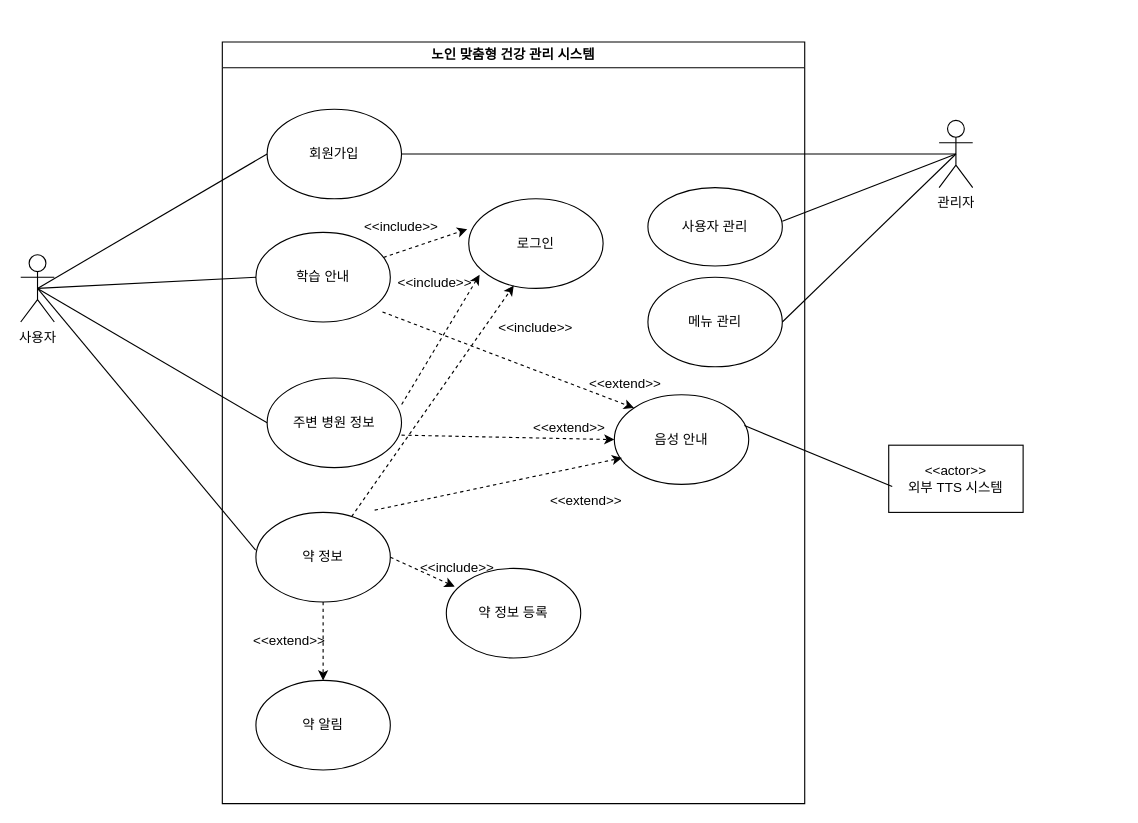
Above: Untitled Diagram.drawio in wnthsk/sejujun (draw.io), before the change. Source tidied: cells renumbered, new cells numbered last; positions are measured from the earlier drawing's top-left corner, leaving out a move shared by most shapes. Both pictures are drawn from the tidied source at 112%, with x=0, y=0 at pixel (20, 41).
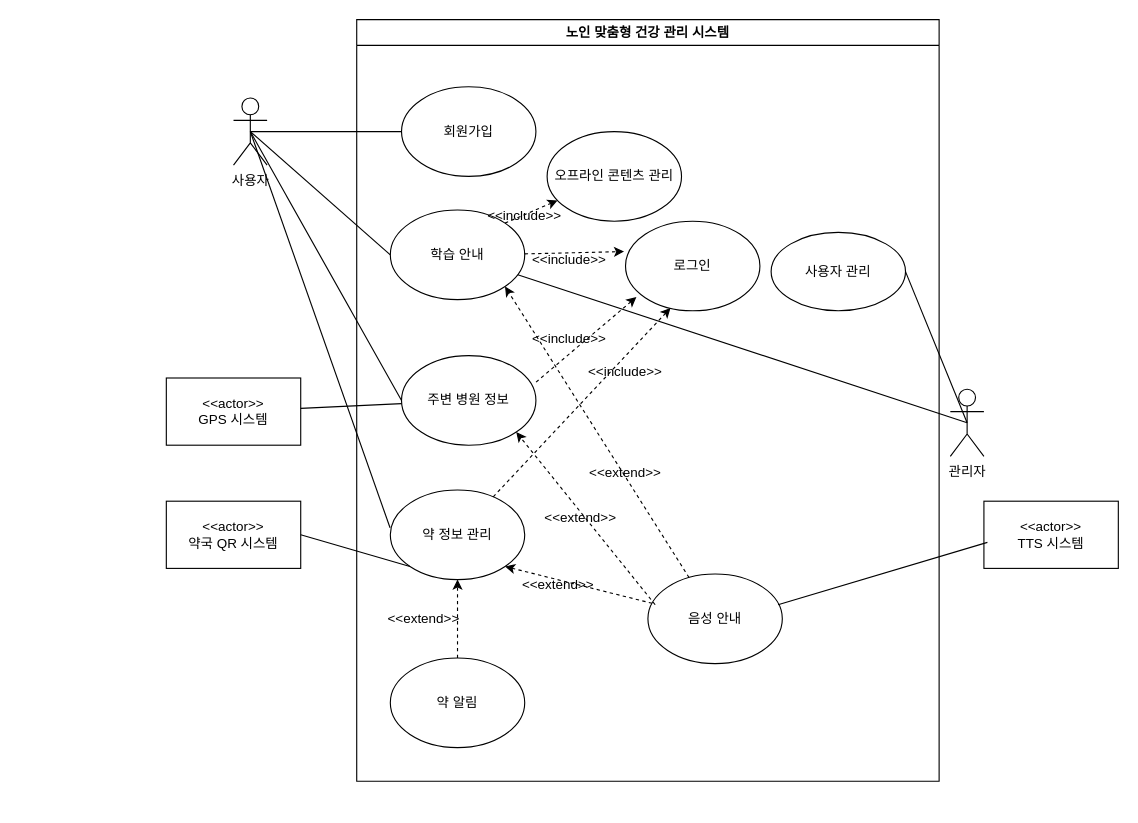
Above is the later version.

Unchanged cells that the change refers to:
```xml
<mxCell id="3" value="회원가입" style="ellipse;whiteSpace=wrap;html=1;" parent="2" vertex="1">
  <mxGeometry x="40" y="60" width="120" height="80" as="geometry" />
</mxCell>
<mxCell id="6" value="학습 안내" style="ellipse;whiteSpace=wrap;html=1;" parent="2" vertex="1">
  <mxGeometry x="30" y="170" width="120" height="80" as="geometry" />
</mxCell>
<mxCell id="8" value="주변 병원 정보" style="ellipse;whiteSpace=wrap;html=1;" parent="2" vertex="1">
  <mxGeometry x="40" y="300" width="120" height="80" as="geometry" />
</mxCell>
<mxCell id="10" value="약 알림" style="ellipse;whiteSpace=wrap;html=1;" parent="2" vertex="1">
  <mxGeometry x="30" y="570" width="120" height="80" as="geometry" />
</mxCell>
```

What changed in the source:
```diff
@@
     <mxCell id="2" value="노인 맞춤형 건강 관리 시스템" style="swimlane;whiteSpace=wrap;html=1;" parent="1" vertex="1">
-      <mxGeometry x="180" width="520" height="680" as="geometry" />
+      <mxGeometry x="300" y="-20" width="520" height="680" as="geometry" />
     </mxCell>
@@
     <mxCell id="4" value="사용자 관리" style="ellipse;whiteSpace=wrap;html=1;" parent="2" vertex="1">
-      <mxGeometry x="380" y="130" width="120" height="70" as="geometry" />
+      <mxGeometry x="370" y="190" width="120" height="70" as="geometry" />
     </mxCell>
     <mxCell id="5" value="음성 안내" style="ellipse;whiteSpace=wrap;html=1;" parent="2" vertex="1">
-      <mxGeometry x="350" y="315" width="120" height="80" as="geometry" />
+      <mxGeometry x="260" y="495" width="120" height="80" as="geometry" />
     </mxCell>
@@
     <mxCell id="7" value="로그인" style="ellipse;whiteSpace=wrap;html=1;" parent="2" vertex="1">
-      <mxGeometry x="220" y="140" width="120" height="80" as="geometry" />
+      <mxGeometry x="240" y="180" width="120" height="80" as="geometry" />
     </mxCell>
@@
-    <mxCell id="9" value="약 정보 등록" style="ellipse;whiteSpace=wrap;html=1;" parent="2" vertex="1">
-      <mxGeometry x="200" y="470" width="120" height="80" as="geometry" />
-    </mxCell>
@@
-    <mxCell id="11" value="약 정보" style="ellipse;whiteSpace=wrap;html=1;" parent="2" vertex="1">
+    <mxCell id="11" value="약 정보 관리" style="ellipse;whiteSpace=wrap;html=1;" parent="2" vertex="1">
       <mxGeometry x="30" y="420" width="120" height="80" as="geometry" />
     </mxCell>
-    <mxCell id="12" style="endArrow=classic;html=1;rounded=0;exitX=1;exitY=0.5;exitDx=0;exitDy=0;strokeColor=default;curved=0;dashed=1;entryX=0.062;entryY=0.203;entryDx=0;entryDy=0;entryPerimeter=0;" parent="2" edge="1" source="11" target="9">
-      <mxGeometry relative="1" as="geometry" />
-    </mxCell>
-    <mxCell id="13" value="&amp;lt;&amp;lt;include&amp;gt;&amp;gt;" style="text;html=1;align=center;verticalAlign=middle;whiteSpace=wrap;rounded=0;" parent="2" vertex="1">
-      <mxGeometry x="180" y="455" width="60" height="30" as="geometry" />
-    </mxCell>
-    <mxCell id="14" style="endArrow=classic;html=1;rounded=0;entryX=0.5;entryY=0;entryDx=0;entryDy=0;dashed=1;" parent="2" edge="1" source="11" target="10">
+    <mxCell id="14" style="endArrow=classic;html=1;rounded=0;dashed=1;entryX=0.5;entryY=1;entryDx=0;entryDy=0;exitX=0.5;exitY=0;exitDx=0;exitDy=0;" parent="2" edge="1" source="10" target="11">
       <mxGeometry relative="1" as="geometry" />
     </mxCell>
@@
-    <mxCell id="19" style="endArrow=classic;html=1;rounded=0;strokeColor=default;curved=0;dashed=1;entryX=0;entryY=0.5;entryDx=0;entryDy=0;" parent="2" edge="1" target="5">
-      <mxGeometry relative="1" as="geometry">
-        <mxPoint x="160" y="351" as="sourcePoint" />
-      </mxGeometry>
+    <mxCell id="19" style="endArrow=classic;html=1;rounded=0;strokeColor=default;curved=0;dashed=1;exitX=0.054;exitY=0.343;exitDx=0;exitDy=0;exitPerimeter=0;entryX=1;entryY=1;entryDx=0;entryDy=0;" parent="2" edge="1" source="5" target="8">
+      <mxGeometry relative="1" as="geometry" />
     </mxCell>
-    <mxCell id="20" style="endArrow=classic;html=1;rounded=0;strokeColor=default;curved=0;dashed=1;entryX=0;entryY=0;entryDx=0;entryDy=0;" parent="2" edge="1" target="5">
-      <mxGeometry relative="1" as="geometry">
-        <mxPoint x="143" y="241" as="sourcePoint" />
-      </mxGeometry>
+    <mxCell id="20" style="endArrow=classic;html=1;rounded=0;strokeColor=default;curved=0;dashed=1;entryX=1;entryY=1;entryDx=0;entryDy=0;" parent="2" edge="1" source="5" target="6">
+      <mxGeometry relative="1" as="geometry" />
     </mxCell>
     <mxCell id="21" value="&amp;lt;&amp;lt;include&amp;gt;&amp;gt;" style="text;html=1;align=center;verticalAlign=middle;whiteSpace=wrap;rounded=0;" parent="2" vertex="1">
-      <mxGeometry x="130" y="150" width="60" height="30" as="geometry" />
+      <mxGeometry x="160" y="270" width="60" height="30" as="geometry" />
     </mxCell>
     <mxCell id="22" value="&amp;lt;&amp;lt;include&amp;gt;&amp;gt;" style="text;html=1;align=center;verticalAlign=middle;whiteSpace=wrap;rounded=0;" parent="2" vertex="1">
-      <mxGeometry x="250" y="240" width="60" height="30" as="geometry" />
+      <mxGeometry x="210" y="300" width="60" height="30" as="geometry" />
     </mxCell>
@@
     <mxCell id="24" value="&amp;lt;&amp;lt;extend&amp;gt;&amp;gt;" style="text;html=1;align=center;verticalAlign=middle;whiteSpace=wrap;rounded=0;" parent="2" vertex="1">
-      <mxGeometry x="295" y="395" width="60" height="30" as="geometry" />
+      <mxGeometry x="150" y="490" width="60" height="30" as="geometry" />
     </mxCell>
+    <mxCell id="26" value="&amp;lt;&amp;lt;extend&amp;gt;&amp;gt;" style="text;html=1;align=center;verticalAlign=middle;whiteSpace=wrap;rounded=0;" parent="2" vertex="1">
+      <mxGeometry x="210" y="390" width="60" height="30" as="geometry" />
+    </mxCell>
+    <mxCell id="34" style="endArrow=classic;html=1;rounded=0;strokeColor=default;curved=0;dashed=1;entryX=1;entryY=1;entryDx=0;entryDy=0;" parent="2" edge="1" source="5" target="11">
+      <mxGeometry relative="1" as="geometry" />
+    </mxCell>
     <mxCell id="25" value="&amp;lt;&amp;lt;extend&amp;gt;&amp;gt;" style="text;html=1;align=center;verticalAlign=middle;whiteSpace=wrap;rounded=0;" parent="2" vertex="1">
-      <mxGeometry x="280" y="330" width="60" height="30" as="geometry" />
+      <mxGeometry x="170" y="430" width="60" height="30" as="geometry" />
     </mxCell>
-    <mxCell id="26" value="&amp;lt;&amp;lt;extend&amp;gt;&amp;gt;" style="text;html=1;align=center;verticalAlign=middle;whiteSpace=wrap;rounded=0;" parent="2" vertex="1">
-      <mxGeometry x="330" y="290" width="60" height="30" as="geometry" />
-    </mxCell>
-    <mxCell id="27" value="메뉴 관리" style="ellipse;whiteSpace=wrap;html=1;" parent="2" vertex="1">
-      <mxGeometry x="380" y="210" width="120" height="80" as="geometry" />
-    </mxCell>
+    <mxCell id="40" value="오프라인 콘텐츠 관리" style="ellipse;whiteSpace=wrap;html=1;" parent="2" vertex="1">
+      <mxGeometry x="170" y="100" width="120" height="80" as="geometry" />
+    </mxCell>
+    <mxCell id="41" style="endArrow=classic;html=1;rounded=0;strokeColor=default;curved=0;dashed=1;exitX=1;exitY=0;exitDx=0;exitDy=0;" parent="2" edge="1" source="6" target="40">
+      <mxGeometry relative="1" as="geometry" />
+    </mxCell>
+    <mxCell id="13" value="&amp;lt;&amp;lt;include&amp;gt;&amp;gt;" style="text;html=1;align=center;verticalAlign=middle;whiteSpace=wrap;rounded=0;" parent="2" vertex="1">
+      <mxGeometry x="120" y="160" width="60" height="30" as="geometry" />
+    </mxCell>
     <mxCell id="28" value="관리자" style="shape=umlActor;verticalLabelPosition=bottom;verticalAlign=top;html=1;outlineConnect=0;" parent="1" vertex="1">
-      <mxGeometry x="820" y="70" width="30" height="60" as="geometry" />
+      <mxGeometry x="830" y="310" width="30" height="60" as="geometry" />
     </mxCell>
-    <mxCell id="29" value="&amp;lt;&amp;lt;actor&amp;gt;&amp;gt;&lt;div&gt;외부 TTS 시스템&lt;/div&gt;" style="rounded=0;whiteSpace=wrap;html=1;" parent="1" vertex="1">
-      <mxGeometry x="775" y="360" width="120" height="60" as="geometry" />
+    <mxCell id="29" value="&amp;lt;&amp;lt;actor&amp;gt;&amp;gt;&lt;div&gt;&lt;span style=&quot;background-color: transparent; color: light-dark(rgb(0, 0, 0), rgb(255, 255, 255));&quot;&gt;TTS 시스템&lt;/span&gt;&lt;/div&gt;" style="rounded=0;whiteSpace=wrap;html=1;" parent="1" vertex="1">
+      <mxGeometry x="860" y="410" width="120" height="60" as="geometry" />
     </mxCell>
     <mxCell id="30" value="사용자" style="shape=umlActor;verticalLabelPosition=bottom;verticalAlign=top;html=1;outlineConnect=0;" parent="1" vertex="1">
-      <mxGeometry y="190" width="30" height="60" as="geometry" />
+      <mxGeometry x="190" y="50" width="30" height="60" as="geometry" />
     </mxCell>
@@
-    <mxCell id="34" style="endArrow=classic;html=1;rounded=0;strokeColor=default;curved=0;dashed=1;entryX=0.058;entryY=0.704;entryDx=0;entryDy=0;entryPerimeter=0;" parent="1" edge="1" target="5">
-      <mxGeometry relative="1" as="geometry">
-        <mxPoint x="316" y="418" as="sourcePoint" />
-      </mxGeometry>
-    </mxCell>
-    <mxCell id="35" style="endArrow=none;html=1;rounded=0;entryX=0.5;entryY=0.5;entryDx=0;entryDy=0;entryPerimeter=0;" parent="1" edge="1" target="28">
-      <mxGeometry relative="1" as="geometry">
-        <mxPoint x="680" y="160" as="sourcePoint" />
-      </mxGeometry>
+    <mxCell id="35" style="endArrow=none;html=1;rounded=0;entryX=0.5;entryY=0.5;entryDx=0;entryDy=0;entryPerimeter=0;exitX=1;exitY=0.5;exitDx=0;exitDy=0;" parent="1" edge="1" source="4" target="28">
+      <mxGeometry relative="1" as="geometry" />
     </mxCell>
@@
-    <mxCell id="38" style="endArrow=none;html=1;rounded=0;entryX=0.5;entryY=0.5;entryDx=0;entryDy=0;entryPerimeter=0;exitX=1;exitY=0.5;exitDx=0;exitDy=0;" parent="1" edge="1" source="3" target="28">
-      <mxGeometry relative="1" as="geometry" />
-    </mxCell>
-    <mxCell id="39" style="endArrow=none;html=1;rounded=0;entryX=0.5;entryY=0.5;entryDx=0;entryDy=0;entryPerimeter=0;exitX=1;exitY=0.5;exitDx=0;exitDy=0;" parent="1" edge="1" source="27" target="28">
-      <mxGeometry relative="1" as="geometry" />
-    </mxCell>
+    <mxCell id="42" style="endArrow=none;html=1;rounded=0;entryX=0.5;entryY=0.5;entryDx=0;entryDy=0;entryPerimeter=0;" parent="1" edge="1" source="6" target="28">
+      <mxGeometry relative="1" as="geometry" />
+    </mxCell>
+    <mxCell id="43" value="&amp;lt;&amp;lt;actor&amp;gt;&amp;gt;&lt;div&gt;&lt;span style=&quot;background-color: transparent; color: light-dark(rgb(0, 0, 0), rgb(255, 255, 255));&quot;&gt;GPS 시스템&lt;/span&gt;&lt;/div&gt;" style="rounded=0;whiteSpace=wrap;html=1;" parent="1" vertex="1">
+      <mxGeometry x="130" y="300" width="120" height="60" as="geometry" />
+    </mxCell>
+    <mxCell id="44" style="endArrow=none;html=1;rounded=0;" parent="1" edge="1" source="43" target="8">
+      <mxGeometry relative="1" as="geometry" />
+    </mxCell>
+    <mxCell id="45" value="&amp;lt;&amp;lt;actor&amp;gt;&amp;gt;&lt;div&gt;약국 QR 시스템&lt;/div&gt;" style="rounded=0;whiteSpace=wrap;html=1;" parent="1" vertex="1">
+      <mxGeometry x="130" y="410" width="120" height="60" as="geometry" />
+    </mxCell>
+    <mxCell id="46" style="endArrow=none;html=1;rounded=0;exitX=1;exitY=0.5;exitDx=0;exitDy=0;entryX=0;entryY=1;entryDx=0;entryDy=0;" parent="1" edge="1" source="45" target="11">
+      <mxGeometry relative="1" as="geometry" />
+    </mxCell>
```
